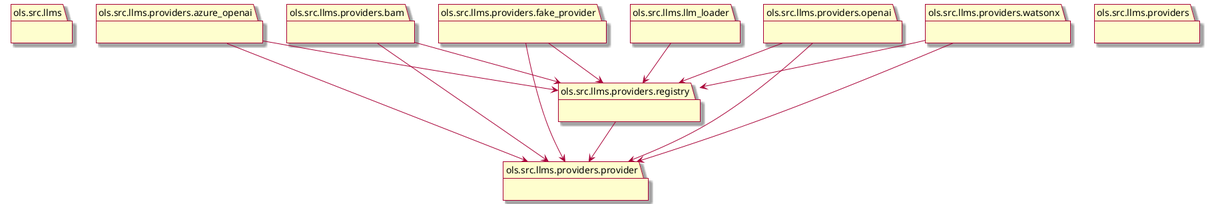
This is docs/llms_packages.png from openshift/lightspeed-service, a PlantUML export, as it was before one commit. Its diagram source:
```plantuml
@startuml packages
skin rose

set namespaceSeparator none
package "ols.src.llms" as ols.src.llms {
}
package "ols.src.llms.llm_loader" as ols.src.llms.llm_loader {
}
package "ols.src.llms.providers" as ols.src.llms.providers {
}
package "ols.src.llms.providers.azure_openai" as ols.src.llms.providers.azure_openai {
}
package "ols.src.llms.providers.bam" as ols.src.llms.providers.bam {
}
package "ols.src.llms.providers.fake_provider" as ols.src.llms.providers.fake_provider {
}
package "ols.src.llms.providers.openai" as ols.src.llms.providers.openai {
}
package "ols.src.llms.providers.provider" as ols.src.llms.providers.provider {
}
package "ols.src.llms.providers.registry" as ols.src.llms.providers.registry {
}
package "ols.src.llms.providers.watsonx" as ols.src.llms.providers.watsonx {
}
ols.src.llms.llm_loader --> ols.src.llms.providers.registry
ols.src.llms.providers.azure_openai --> ols.src.llms.providers.provider
ols.src.llms.providers.azure_openai --> ols.src.llms.providers.registry
ols.src.llms.providers.bam --> ols.src.llms.providers.provider
ols.src.llms.providers.bam --> ols.src.llms.providers.registry
ols.src.llms.providers.fake_provider --> ols.src.llms.providers.provider
ols.src.llms.providers.fake_provider --> ols.src.llms.providers.registry
ols.src.llms.providers.openai --> ols.src.llms.providers.provider
ols.src.llms.providers.openai --> ols.src.llms.providers.registry
ols.src.llms.providers.registry --> ols.src.llms.providers.provider
ols.src.llms.providers.watsonx --> ols.src.llms.providers.provider
ols.src.llms.providers.watsonx --> ols.src.llms.providers.registry
@enduml
```
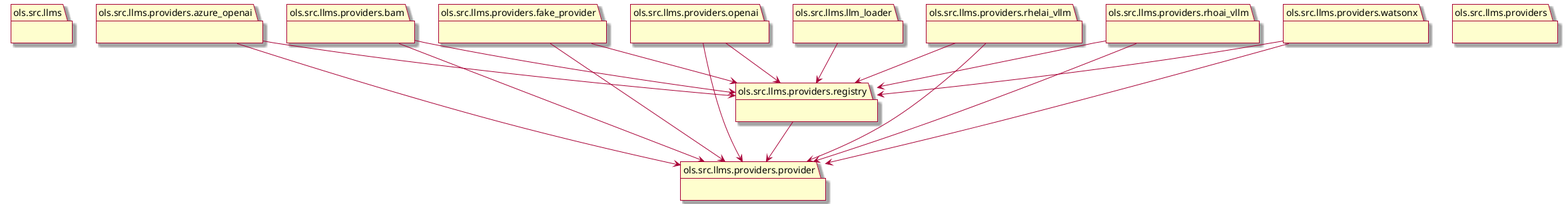
After the change.

Commit message:
Updated config class diagram

The edit, as a diff of the source:
```diff
@@ -20,6 +20,10 @@
 }
 package "ols.src.llms.providers.registry" as ols.src.llms.providers.registry {
 }
+package "ols.src.llms.providers.rhelai_vllm" as ols.src.llms.providers.rhelai_vllm {
+}
+package "ols.src.llms.providers.rhoai_vllm" as ols.src.llms.providers.rhoai_vllm {
+}
 package "ols.src.llms.providers.watsonx" as ols.src.llms.providers.watsonx {
 }
 ols.src.llms.llm_loader --> ols.src.llms.providers.registry
@@ -32,6 +36,10 @@
 ols.src.llms.providers.openai --> ols.src.llms.providers.provider
 ols.src.llms.providers.openai --> ols.src.llms.providers.registry
 ols.src.llms.providers.registry --> ols.src.llms.providers.provider
+ols.src.llms.providers.rhelai_vllm --> ols.src.llms.providers.provider
+ols.src.llms.providers.rhelai_vllm --> ols.src.llms.providers.registry
+ols.src.llms.providers.rhoai_vllm --> ols.src.llms.providers.provider
+ols.src.llms.providers.rhoai_vllm --> ols.src.llms.providers.registry
 ols.src.llms.providers.watsonx --> ols.src.llms.providers.provider
 ols.src.llms.providers.watsonx --> ols.src.llms.providers.registry
 @enduml
```
